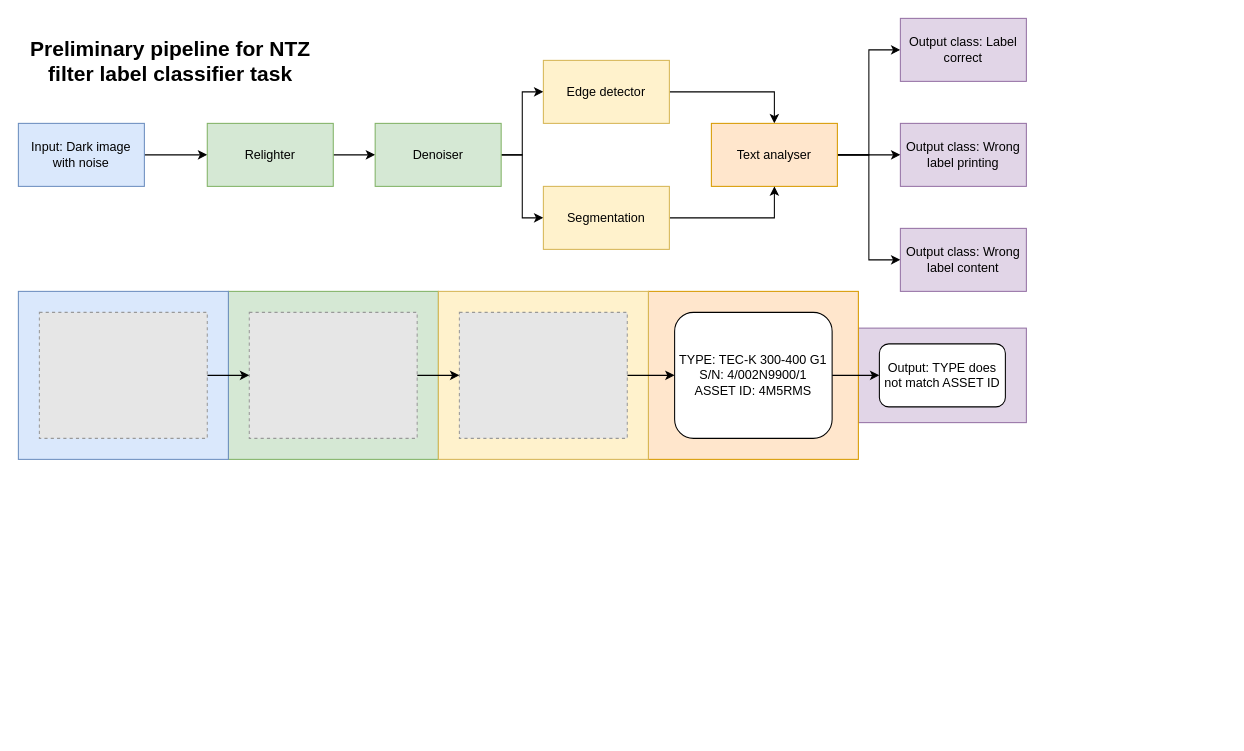
Sparvriend/Master-Thesis keeps this draw.io diagram as preliminary_pipeline/pipeline.drawio. Above is the earlier version. Source tidied: cells renumbered, new cells numbered last; positions are measured from the earlier drawing's top-left corner, leaving out a move shared by most shapes. Both pictures are drawn from the tidied source at 105%, with x=0, y=0 at pixel (18, 18). Pictures stored in the file or linked from it are replaced by grey dashed boxes.
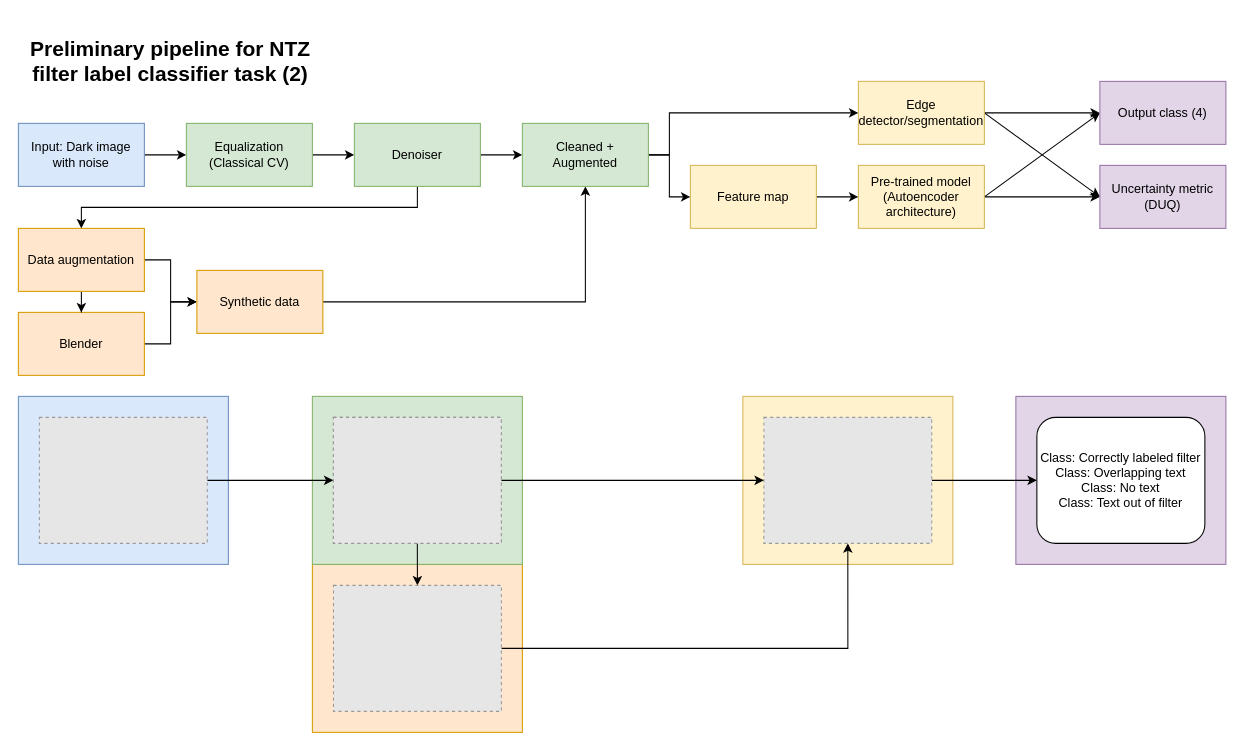
The same diagram, later.

Commit message (it also covers changes not shown here):
Included new ideas on pipeline

Change to the diagram source:
```diff
@@
-    <mxCell id="2" style="rounded=0;whiteSpace=wrap;html=1;fillColor=#e1d5e7;strokeColor=#9673a6;" parent="1" vertex="1">
-      <mxGeometry x="800" y="295" width="160" height="90" as="geometry" />
-    </mxCell>
-    <mxCell id="3" style="rounded=0;whiteSpace=wrap;html=1;fillColor=#ffe6cc;strokeColor=#d79b00;" parent="1" vertex="1">
-      <mxGeometry x="600" y="260" width="200" height="160" as="geometry" />
-    </mxCell>
+    <mxCell id="35" style="rounded=0;whiteSpace=wrap;html=1;fillColor=#e1d5e7;strokeColor=#9673a6;" parent="1" vertex="1">
+      <mxGeometry x="950" y="360" width="200" height="160" as="geometry" />
+    </mxCell>
+    <mxCell id="36" style="rounded=0;whiteSpace=wrap;html=1;fillColor=#ffe6cc;strokeColor=#d79b00;" parent="1" vertex="1">
+      <mxGeometry x="280" y="520" width="200" height="160" as="geometry" />
+    </mxCell>
     <mxCell id="4" style="rounded=0;whiteSpace=wrap;html=1;fillColor=#d5e8d4;strokeColor=#82b366;" parent="1" vertex="1">
-      <mxGeometry x="200" y="260" width="200" height="160" as="geometry" />
+      <mxGeometry x="280" y="360" width="200" height="160" as="geometry" />
     </mxCell>
     <mxCell id="5" style="rounded=0;whiteSpace=wrap;html=1;fillColor=#dae8fc;strokeColor=#6c8ebf;" parent="1" vertex="1">
-      <mxGeometry y="260" width="200" height="160" as="geometry" />
+      <mxGeometry y="360" width="200" height="160" as="geometry" />
     </mxCell>
     <mxCell id="6" style="rounded=0;whiteSpace=wrap;html=1;fillColor=#fff2cc;strokeColor=#d6b656;" parent="1" vertex="1">
-      <mxGeometry x="400" y="260" width="200" height="160" as="geometry" />
+      <mxGeometry x="690" y="360" width="200" height="160" as="geometry" />
     </mxCell>
-    <mxCell id="7" style="edgeStyle=orthogonalEdgeStyle;rounded=0;jettySize=auto;html=1;entryX=0;entryY=0.5;entryDx=0;entryDy=0;" parent="1" edge="1" source="8" target="30">
-      <mxGeometry relative="1" as="geometry" />
-    </mxCell>
+    <mxCell id="37" style="edgeStyle=orthogonalEdgeStyle;rounded=0;jettySize=auto;html=1;exitX=1;exitY=0.5;exitDx=0;exitDy=0;entryX=0;entryY=0.5;entryDx=0;entryDy=0;" parent="1" edge="1" source="8" target="61">
+      <mxGeometry relative="1" as="geometry" />
+    </mxCell>
     <mxCell id="8" style="fillColor=#E6E6E6;strokeColor=#999999;dashed=1;verticalLabelPosition=bottom;labelBackgroundColor=default;verticalAlign=top;" parent="1" vertex="1">
-      <mxGeometry x="420" y="280" width="159.9" height="120" as="geometry" />
+      <mxGeometry x="710" y="380" width="159.9" height="120" as="geometry" />
     </mxCell>
-    <mxCell id="9" style="edgeStyle=orthogonalEdgeStyle;rounded=0;jettySize=auto;html=1;entryX=0;entryY=0.5;entryDx=0;entryDy=0;" parent="1" edge="1" source="10" target="8">
-      <mxGeometry relative="1" as="geometry" />
-    </mxCell>
     <mxCell id="10" style="fillColor=#E6E6E6;strokeColor=#999999;dashed=1;verticalLabelPosition=bottom;labelBackgroundColor=default;verticalAlign=top;" parent="1" vertex="1">
-      <mxGeometry x="219.9" y="280" width="159.9" height="120" as="geometry" />
+      <mxGeometry x="300" y="380" width="159.9" height="120" as="geometry" />
     </mxCell>
@@
     <mxCell id="12" style="fillColor=#E6E6E6;strokeColor=#999999;dashed=1;verticalLabelPosition=bottom;labelBackgroundColor=default;verticalAlign=top;" parent="1" vertex="1">
-      <mxGeometry x="20" y="280" width="159.9" height="120" as="geometry" />
+      <mxGeometry x="20" y="380" width="159.9" height="120" as="geometry" />
     </mxCell>
@@
-    <mxCell id="16" value="Relighter" style="rounded=0;whiteSpace=wrap;html=1;fillColor=#d5e8d4;strokeColor=#82b366;" parent="1" vertex="1">
-      <mxGeometry x="179.9" y="100" width="120" height="60" as="geometry" />
+    <mxCell id="16" value="Equalization (Classical CV)" style="rounded=0;whiteSpace=wrap;html=1;fillColor=#d5e8d4;strokeColor=#82b366;" parent="1" vertex="1">
+      <mxGeometry x="160" y="100" width="120" height="60" as="geometry" />
     </mxCell>
-    <mxCell id="17" style="edgeStyle=orthogonalEdgeStyle;rounded=0;jettySize=auto;html=1;entryX=0;entryY=0.5;entryDx=0;entryDy=0;" parent="1" edge="1" source="19" target="21">
-      <mxGeometry relative="1" as="geometry" />
-    </mxCell>
-    <mxCell id="18" style="edgeStyle=orthogonalEdgeStyle;rounded=0;jettySize=auto;html=1;entryX=0;entryY=0.5;entryDx=0;entryDy=0;" parent="1" edge="1" source="19" target="28">
-      <mxGeometry relative="1" as="geometry" />
-    </mxCell>
+    <mxCell id="38" style="edgeStyle=none;rounded=0;jettySize=auto;html=1;entryX=0;entryY=0.5;entryDx=0;entryDy=0;exitX=1;exitY=0.5;exitDx=0;exitDy=0;" parent="1" edge="1" source="21" target="58">
+      <mxGeometry relative="1" as="geometry" />
+    </mxCell>
+    <mxCell id="39" style="edgeStyle=none;rounded=0;jettySize=auto;html=1;entryX=0;entryY=0.5;entryDx=0;entryDy=0;" parent="1" edge="1" source="21" target="57">
+      <mxGeometry relative="1" as="geometry" />
+    </mxCell>
+    <mxCell id="21" value="Edge detector/segmentation" style="rounded=0;whiteSpace=wrap;html=1;fillColor=#fff2cc;strokeColor=#d6b656;" parent="1" vertex="1">
+      <mxGeometry x="800" y="60" width="120" height="60" as="geometry" />
+    </mxCell>
+    <mxCell id="34" value="&lt;font style=&quot;font-size: 20px;&quot;&gt;&lt;b&gt;Preliminary pipeline for NTZ filter label classifier task (2)&lt;/b&gt;&lt;/font&gt;" style="text;html=1;strokeColor=none;fillColor=none;align=center;verticalAlign=middle;whiteSpace=wrap;rounded=0;" parent="1" vertex="1">
+      <mxGeometry y="20" width="290.1" height="40" as="geometry" />
+    </mxCell>
+    <mxCell id="40" style="edgeStyle=orthogonalEdgeStyle;rounded=0;jettySize=auto;html=1;exitX=1;exitY=0.5;exitDx=0;exitDy=0;entryX=0;entryY=0.5;entryDx=0;entryDy=0;" parent="1" edge="1" source="42" target="8">
+      <mxGeometry relative="1" as="geometry" />
+    </mxCell>
+    <mxCell id="41" style="edgeStyle=orthogonalEdgeStyle;rounded=0;jettySize=auto;html=1;exitX=0.5;exitY=1;exitDx=0;exitDy=0;entryX=0.5;entryY=0;entryDx=0;entryDy=0;" parent="1" edge="1" source="42" target="60">
+      <mxGeometry relative="1" as="geometry" />
+    </mxCell>
+    <mxCell id="42" style="fillColor=#E6E6E6;strokeColor=#999999;dashed=1;verticalLabelPosition=bottom;labelBackgroundColor=default;verticalAlign=top;" parent="1" vertex="1">
+      <mxGeometry x="300" y="380" width="159.9" height="120" as="geometry" />
+    </mxCell>
+    <mxCell id="43" style="rounded=0;jettySize=auto;html=1;entryX=0;entryY=0.5;entryDx=0;entryDy=0;exitX=1;exitY=0.5;exitDx=0;exitDy=0;" parent="1" edge="1" source="45" target="57">
+      <mxGeometry relative="1" as="geometry" />
+    </mxCell>
+    <mxCell id="44" style="edgeStyle=none;rounded=0;jettySize=auto;html=1;entryX=0;entryY=0.5;entryDx=0;entryDy=0;" parent="1" edge="1" source="45" target="58">
+      <mxGeometry relative="1" as="geometry" />
+    </mxCell>
+    <mxCell id="45" value="Pre-trained model (Autoencoder architecture)" style="rounded=0;whiteSpace=wrap;html=1;fillColor=#fff2cc;strokeColor=#d6b656;" parent="1" vertex="1">
+      <mxGeometry x="800" y="140" width="120" height="60" as="geometry" />
+    </mxCell>
+    <mxCell id="46" style="edgeStyle=orthogonalEdgeStyle;rounded=0;jettySize=auto;html=1;entryX=0;entryY=0.5;entryDx=0;entryDy=0;" parent="1" edge="1" source="47" target="52">
+      <mxGeometry relative="1" as="geometry" />
+    </mxCell>
+    <mxCell id="47" value="Blender" style="rounded=0;whiteSpace=wrap;html=1;fillColor=#ffe6cc;strokeColor=#d79b00;" parent="1" vertex="1">
+      <mxGeometry y="280" width="120" height="60" as="geometry" />
+    </mxCell>
+    <mxCell id="48" style="edgeStyle=orthogonalEdgeStyle;rounded=0;jettySize=auto;html=1;entryX=0;entryY=0.5;entryDx=0;entryDy=0;" parent="1" edge="1" source="50" target="52">
+      <mxGeometry relative="1" as="geometry" />
+    </mxCell>
+    <mxCell id="49" style="edgeStyle=orthogonalEdgeStyle;rounded=0;jettySize=auto;html=1;entryX=0.5;entryY=0;entryDx=0;entryDy=0;" parent="1" edge="1" source="50" target="47">
+      <mxGeometry relative="1" as="geometry" />
+    </mxCell>
+    <mxCell id="50" value="Data augmentation" style="rounded=0;whiteSpace=wrap;html=1;fillColor=#ffe6cc;strokeColor=#d79b00;" parent="1" vertex="1">
+      <mxGeometry y="200" width="120" height="60" as="geometry" />
+    </mxCell>
+    <mxCell id="51" style="edgeStyle=orthogonalEdgeStyle;rounded=0;jettySize=auto;html=1;entryX=0.5;entryY=1;entryDx=0;entryDy=0;" parent="1" edge="1" source="52" target="64">
+      <mxGeometry relative="1" as="geometry" />
+    </mxCell>
+    <mxCell id="52" value="Synthetic data" style="rounded=0;whiteSpace=wrap;html=1;fillColor=#ffe6cc;strokeColor=#d79b00;" parent="1" vertex="1">
+      <mxGeometry x="170" y="240" width="120" height="60" as="geometry" />
+    </mxCell>
+    <mxCell id="53" style="edgeStyle=orthogonalEdgeStyle;rounded=0;jettySize=auto;html=1;entryX=0.5;entryY=0;entryDx=0;entryDy=0;" parent="1" edge="1" source="19" target="50">
+      <mxGeometry relative="1" as="geometry">
+        <Array as="points">
+          <mxPoint x="380" y="180" />
+          <mxPoint x="60" y="180" />
+        </Array>
+      </mxGeometry>
+    </mxCell>
+    <mxCell id="54" style="edgeStyle=orthogonalEdgeStyle;rounded=0;jettySize=auto;html=1;entryX=0;entryY=0.5;entryDx=0;entryDy=0;" parent="1" edge="1" source="19" target="64">
+      <mxGeometry relative="1" as="geometry" />
+    </mxCell>
     <mxCell id="19" value="Denoiser" style="rounded=0;whiteSpace=wrap;html=1;fillColor=#d5e8d4;strokeColor=#82b366;" parent="1" vertex="1">
-      <mxGeometry x="339.8" y="100" width="120" height="60" as="geometry" />
+      <mxGeometry x="320" y="100" width="120" height="60" as="geometry" />
     </mxCell>
-    <mxCell id="20" style="edgeStyle=orthogonalEdgeStyle;rounded=0;jettySize=auto;html=1;entryX=0.5;entryY=0;entryDx=0;entryDy=0;" parent="1" edge="1" source="21" target="25">
-      <mxGeometry relative="1" as="geometry" />
-    </mxCell>
-    <mxCell id="21" value="Edge detector" style="rounded=0;whiteSpace=wrap;html=1;fillColor=#fff2cc;strokeColor=#d6b656;" parent="1" vertex="1">
-      <mxGeometry x="500" y="40" width="120" height="60" as="geometry" />
-    </mxCell>
-    <mxCell id="22" style="edgeStyle=orthogonalEdgeStyle;rounded=0;jettySize=auto;html=1;entryX=0;entryY=0.5;entryDx=0;entryDy=0;" parent="1" edge="1" source="25" target="26">
-      <mxGeometry relative="1" as="geometry" />
-    </mxCell>
-    <mxCell id="23" style="edgeStyle=orthogonalEdgeStyle;rounded=0;jettySize=auto;html=1;" parent="1" edge="1" source="25" target="31">
-      <mxGeometry relative="1" as="geometry" />
-    </mxCell>
-    <mxCell id="24" style="edgeStyle=orthogonalEdgeStyle;rounded=0;jettySize=auto;html=1;entryX=0;entryY=0.5;entryDx=0;entryDy=0;" parent="1" edge="1" source="25" target="32">
-      <mxGeometry relative="1" as="geometry" />
-    </mxCell>
-    <mxCell id="25" value="Text analyser" style="rounded=0;whiteSpace=wrap;html=1;fillColor=#ffe6cc;strokeColor=#d79b00;" parent="1" vertex="1">
-      <mxGeometry x="660" y="100" width="120" height="60" as="geometry" />
-    </mxCell>
-    <mxCell id="26" value="Output class: Label correct" style="rounded=0;whiteSpace=wrap;html=1;fillColor=#e1d5e7;strokeColor=#9673a6;" parent="1" vertex="1">
-      <mxGeometry x="840" width="120" height="60" as="geometry" />
-    </mxCell>
-    <mxCell id="27" style="edgeStyle=orthogonalEdgeStyle;rounded=0;jettySize=auto;html=1;entryX=0.5;entryY=1;entryDx=0;entryDy=0;" parent="1" edge="1" source="28" target="25">
-      <mxGeometry relative="1" as="geometry" />
-    </mxCell>
-    <mxCell id="28" value="Segmentation" style="rounded=0;whiteSpace=wrap;html=1;fillColor=#fff2cc;strokeColor=#d6b656;" parent="1" vertex="1">
-      <mxGeometry x="500" y="160" width="120" height="60" as="geometry" />
-    </mxCell>
-    <mxCell id="29" style="edgeStyle=orthogonalEdgeStyle;rounded=0;jettySize=auto;html=1;exitX=1;exitY=0.5;exitDx=0;exitDy=0;entryX=0;entryY=0.5;entryDx=0;entryDy=0;" parent="1" edge="1" source="30" target="33">
-      <mxGeometry relative="1" as="geometry" />
-    </mxCell>
-    <mxCell id="30" value="TYPE: TEC-K 300-400 G1&lt;br&gt;S/N: 4/002N9900/1&lt;br&gt;ASSET ID: 4M5RMS" style="rounded=1;whiteSpace=wrap;html=1;" parent="1" vertex="1">
-      <mxGeometry x="625" y="280" width="150" height="120" as="geometry" />
-    </mxCell>
-    <mxCell id="31" value="Output class: Wrong label printing" style="rounded=0;whiteSpace=wrap;html=1;fillColor=#e1d5e7;strokeColor=#9673a6;" parent="1" vertex="1">
-      <mxGeometry x="840" y="100" width="120" height="60" as="geometry" />
-    </mxCell>
-    <mxCell id="32" value="Output class: Wrong label content" style="rounded=0;whiteSpace=wrap;html=1;fillColor=#e1d5e7;strokeColor=#9673a6;" parent="1" vertex="1">
-      <mxGeometry x="840" y="200" width="120" height="60" as="geometry" />
-    </mxCell>
-    <mxCell id="33" value="Output: TYPE does not match ASSET ID" style="rounded=1;whiteSpace=wrap;html=1;" parent="1" vertex="1">
-      <mxGeometry x="820" y="310" width="120" height="60" as="geometry" />
-    </mxCell>
-    <mxCell id="34" value="&lt;font style=&quot;font-size: 20px;&quot;&gt;&lt;b&gt;Preliminary pipeline for NTZ filter label classifier task&lt;/b&gt;&lt;/font&gt;" style="text;html=1;strokeColor=none;fillColor=none;align=center;verticalAlign=middle;whiteSpace=wrap;rounded=0;" parent="1" vertex="1">
-      <mxGeometry y="20" width="290.1" height="40" as="geometry" />
-    </mxCell>
+    <mxCell id="55" style="edgeStyle=orthogonalEdgeStyle;rounded=0;jettySize=auto;html=1;entryX=0;entryY=0.5;entryDx=0;entryDy=0;" parent="1" edge="1" source="56" target="45">
+      <mxGeometry relative="1" as="geometry" />
+    </mxCell>
+    <mxCell id="56" value="Feature map" style="rounded=0;whiteSpace=wrap;html=1;fillColor=#fff2cc;strokeColor=#d6b656;" parent="1" vertex="1">
+      <mxGeometry x="640" y="140" width="120" height="60" as="geometry" />
+    </mxCell>
+    <mxCell id="57" value="Output class (4)" style="rounded=0;whiteSpace=wrap;html=1;fillColor=#e1d5e7;strokeColor=#9673a6;" parent="1" vertex="1">
+      <mxGeometry x="1030" y="60" width="120" height="60" as="geometry" />
+    </mxCell>
+    <mxCell id="58" value="Uncertainty metric (DUQ)" style="rounded=0;whiteSpace=wrap;html=1;fillColor=#e1d5e7;strokeColor=#9673a6;" parent="1" vertex="1">
+      <mxGeometry x="1030" y="140" width="120" height="60" as="geometry" />
+    </mxCell>
+    <mxCell id="59" style="edgeStyle=orthogonalEdgeStyle;rounded=0;jettySize=auto;html=1;exitX=1;exitY=0.5;exitDx=0;exitDy=0;entryX=0.5;entryY=1;entryDx=0;entryDy=0;" parent="1" edge="1" source="60" target="8">
+      <mxGeometry relative="1" as="geometry" />
+    </mxCell>
+    <mxCell id="60" style="fillColor=#E6E6E6;strokeColor=#999999;dashed=1;verticalLabelPosition=bottom;labelBackgroundColor=default;verticalAlign=top;" parent="1" vertex="1">
+      <mxGeometry x="300.1" y="540" width="159.9" height="120" as="geometry" />
+    </mxCell>
+    <mxCell id="61" value="Class: Correctly labeled filter&lt;br&gt;Class: Overlapping text&lt;br&gt;Class: No text&lt;br&gt;Class: Text out of filter" style="rounded=1;whiteSpace=wrap;html=1;" parent="1" vertex="1">
+      <mxGeometry x="970" y="380" width="160" height="120" as="geometry" />
+    </mxCell>
+    <mxCell id="62" style="edgeStyle=orthogonalEdgeStyle;rounded=0;jettySize=auto;html=1;entryX=0;entryY=0.5;entryDx=0;entryDy=0;" parent="1" edge="1" source="64" target="56">
+      <mxGeometry relative="1" as="geometry" />
+    </mxCell>
+    <mxCell id="63" style="edgeStyle=orthogonalEdgeStyle;rounded=0;jettySize=auto;html=1;entryX=0;entryY=0.5;entryDx=0;entryDy=0;" parent="1" edge="1" source="64" target="21">
+      <mxGeometry relative="1" as="geometry">
+        <Array as="points">
+          <mxPoint x="620" y="130" />
+          <mxPoint x="620" y="90" />
+        </Array>
+      </mxGeometry>
+    </mxCell>
+    <mxCell id="64" value="Cleaned + Augmented" style="rounded=0;whiteSpace=wrap;html=1;fillColor=#d5e8d4;strokeColor=#82b366;" parent="1" vertex="1">
+      <mxGeometry x="480" y="100" width="120" height="60" as="geometry" />
+    </mxCell>
```
